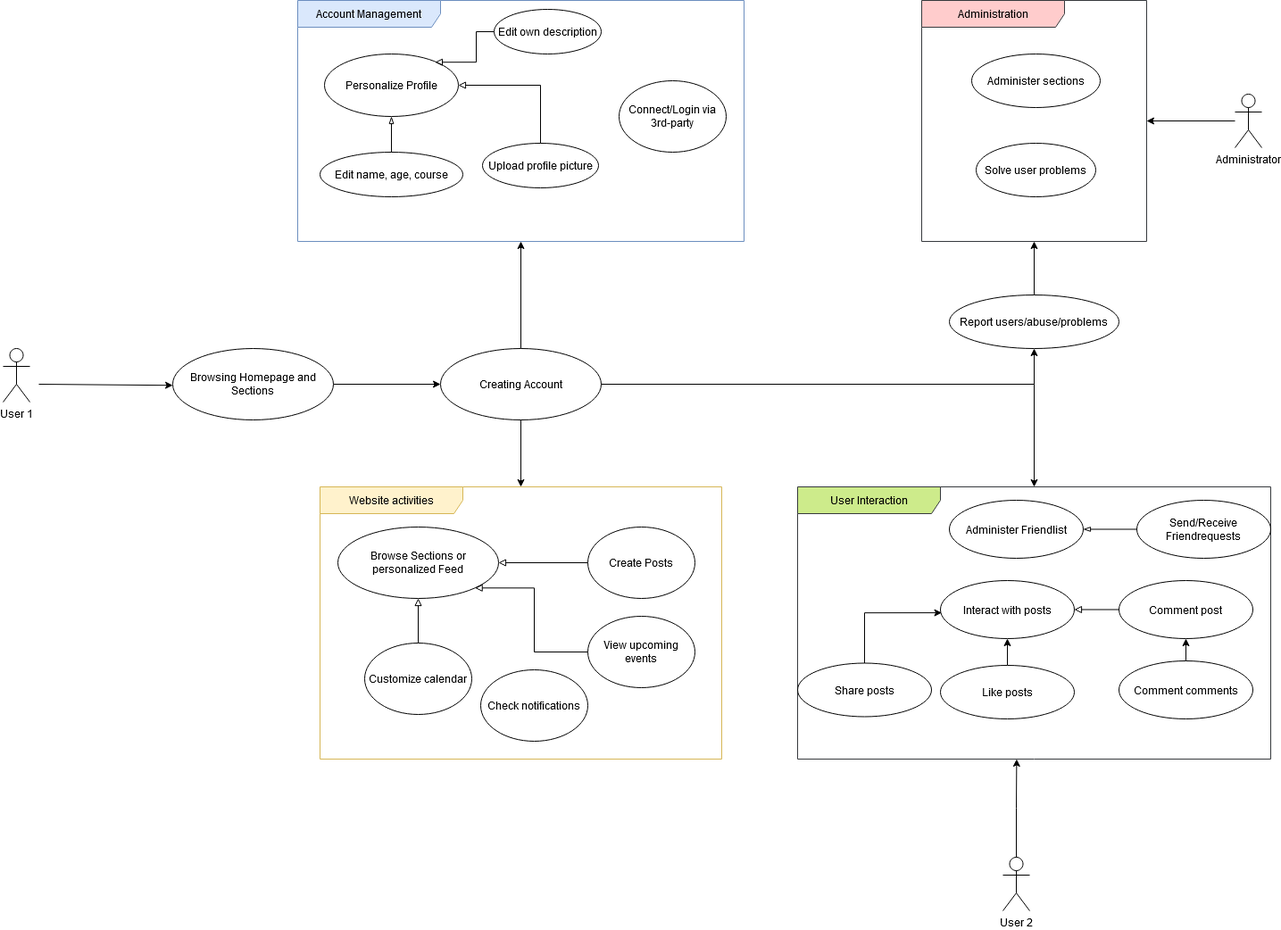
Earlier version of the draw.io export docs/UsecaseDiagramGeneral.drawio.png (SE-TINF22B6/DHBWhub). Source tidied: cells renumbered, new cells last; positions are measured from the earlier drawing's top-left corner, leaving out a move shared by most shapes.
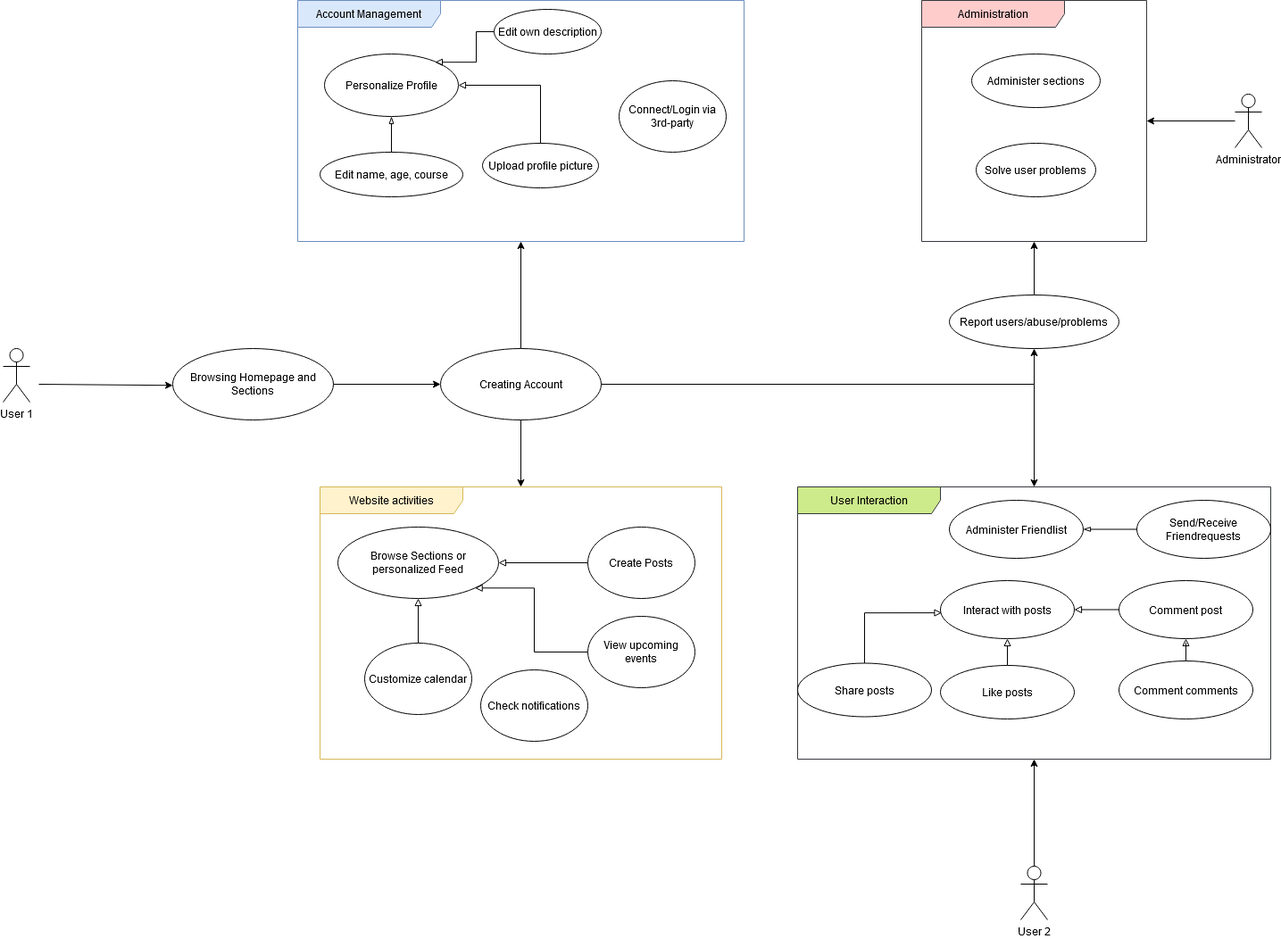
Later version of the same file.

What changed in the source:
```diff
@@ -50,13 +50,13 @@
     <mxCell id="17" value="Comment post" style="ellipse;whiteSpace=wrap;html=1;" parent="11" vertex="1">
       <mxGeometry x="360" y="105" width="150" height="65" as="geometry" />
     </mxCell>
-    <mxCell id="18" style="edgeStyle=orthogonalEdgeStyle;rounded=0;jettySize=auto;html=1;" parent="11" edge="1" source="19" target="17">
+    <mxCell id="18" style="edgeStyle=orthogonalEdgeStyle;rounded=0;jettySize=auto;html=1;endArrow=block;endFill=0;" parent="11" edge="1" source="19" target="17">
       <mxGeometry relative="1" as="geometry" />
     </mxCell>
     <mxCell id="19" value="Comment comments" style="ellipse;whiteSpace=wrap;html=1;" parent="11" vertex="1">
       <mxGeometry x="360" y="195" width="150" height="65" as="geometry" />
     </mxCell>
-    <mxCell id="20" style="edgeStyle=orthogonalEdgeStyle;rounded=0;jettySize=auto;html=1;exitX=0.5;exitY=0;exitDx=0;exitDy=0;entryX=0.5;entryY=1;entryDx=0;entryDy=0;" parent="11" edge="1" source="21" target="15">
+    <mxCell id="20" style="edgeStyle=orthogonalEdgeStyle;rounded=0;jettySize=auto;html=1;exitX=0.5;exitY=0;exitDx=0;exitDy=0;entryX=0.5;entryY=1;entryDx=0;entryDy=0;endArrow=block;endFill=0;" parent="11" edge="1" source="21" target="15">
       <mxGeometry relative="1" as="geometry" />
     </mxCell>
     <mxCell id="21" value="Like posts" style="ellipse;whiteSpace=wrap;html=1;" parent="11" vertex="1">
@@ -65,7 +65,7 @@
     <mxCell id="22" value="Share posts" style="ellipse;whiteSpace=wrap;html=1;" parent="11" vertex="1">
       <mxGeometry y="197.5" width="150" height="60" as="geometry" />
     </mxCell>
-    <mxCell id="23" style="edgeStyle=orthogonalEdgeStyle;rounded=0;jettySize=auto;html=1;exitX=0.5;exitY=0;exitDx=0;exitDy=0;entryX=0.01;entryY=0.555;entryDx=0;entryDy=0;entryPerimeter=0;" parent="11" edge="1" source="22" target="15">
+    <mxCell id="23" style="edgeStyle=orthogonalEdgeStyle;rounded=0;jettySize=auto;html=1;exitX=0.5;exitY=0;exitDx=0;exitDy=0;entryX=0.01;entryY=0.555;entryDx=0;entryDy=0;entryPerimeter=0;endArrow=block;endFill=0;" parent="11" edge="1" source="22" target="15">
       <mxGeometry relative="1" as="geometry">
         <Array as="points">
           <mxPoint x="75" y="141" />
@@ -142,12 +142,12 @@
     <mxCell id="44" style="edgeStyle=orthogonalEdgeStyle;rounded=0;jettySize=auto;html=1;exitX=0.5;exitY=1;exitDx=0;exitDy=0;" parent="1" edge="1" source="43" target="27">
       <mxGeometry relative="1" as="geometry" />
     </mxCell>
+    <mxCell id="46" style="edgeStyle=orthogonalEdgeStyle;rounded=0;jettySize=auto;html=1;" parent="1" edge="1" source="45" target="11">
+      <mxGeometry relative="1" as="geometry" />
+    </mxCell>
     <mxCell id="45" value="User 2" style="shape=umlActor;verticalLabelPosition=bottom;verticalAlign=top;html=1;" parent="1" vertex="1">
-      <mxGeometry x="1120" y="960" width="30" height="60" as="geometry" />
+      <mxGeometry x="1140" y="970" width="30" height="60" as="geometry" />
     </mxCell>
-    <mxCell id="46" style="edgeStyle=orthogonalEdgeStyle;rounded=0;jettySize=auto;html=1;entryX=0.463;entryY=1;entryDx=0;entryDy=0;entryPerimeter=0;" parent="1" edge="1" source="45" target="11">
-      <mxGeometry relative="1" as="geometry" />
-    </mxCell>
     <mxCell id="47" style="edgeStyle=orthogonalEdgeStyle;rounded=0;jettySize=auto;html=1;" parent="1" edge="1" source="48" target="24">
       <mxGeometry relative="1" as="geometry" />
     </mxCell>
```
